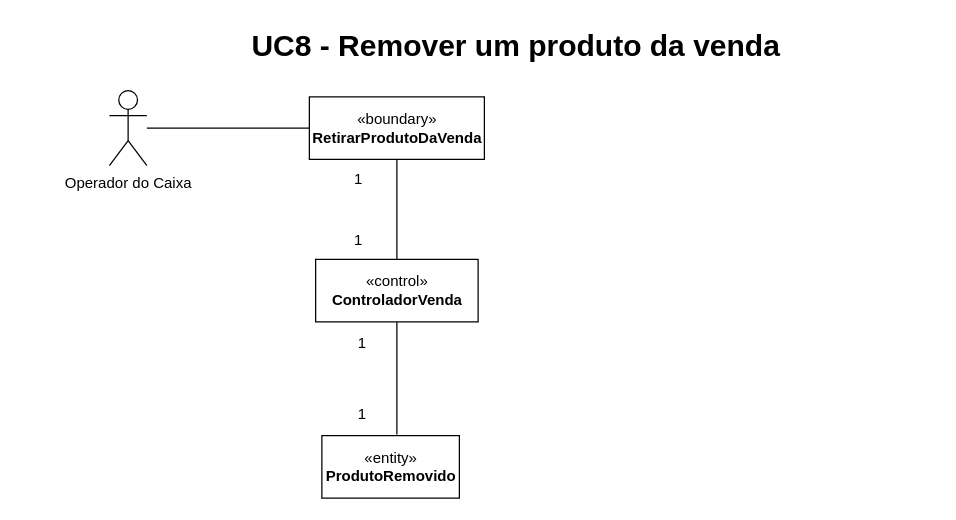
GabrielFVieira/PDV_Grupo5_Projeto_Software keeps this draw.io diagram as documentos/VCPs/UC8 - VCP.drawio. Above is the earlier version. Source tidied: cells renumbered, new cells numbered last; positions are measured from the earlier drawing's top-left corner, leaving out a move shared by most shapes. Both pictures are drawn from the tidied source at 125%, with x=0, y=0 at pixel (96, 21).
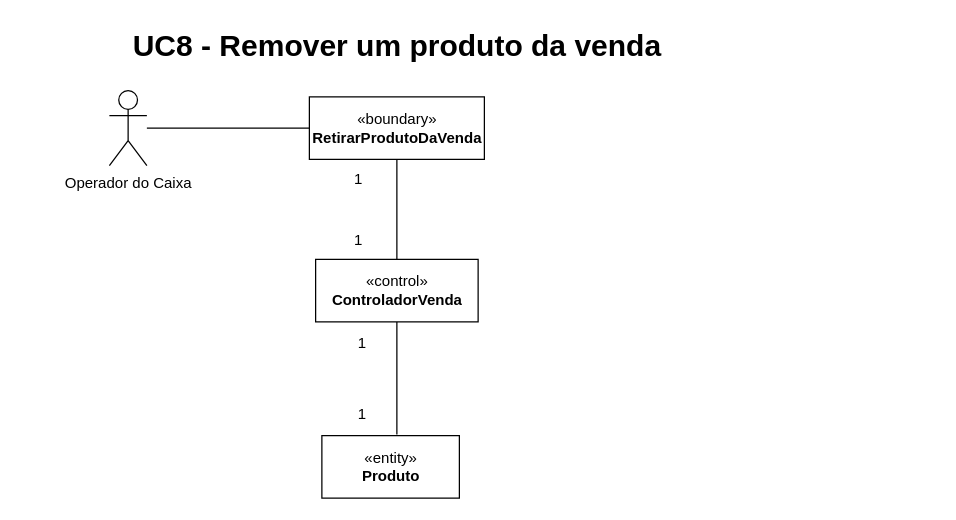
The same diagram, later.

What changed in the source:
```diff
@@
 <mxGraphModel>
   <root>
     <mxCell id="0" />
     <mxCell id="1" parent="0" />
     <mxCell id="2" value="«boundary»&lt;br&gt;&lt;b&gt;RetirarProdutoDaVenda&lt;/b&gt;" style="html=1;" parent="1" vertex="1">
       <mxGeometry x="170" y="60" width="140" height="50" as="geometry" />
     </mxCell>
     <mxCell id="3" value="«control»&lt;br&gt;&lt;b&gt;ControladorVenda&lt;/b&gt;" style="html=1;" parent="1" vertex="1">
       <mxGeometry x="175" y="190" width="130" height="50" as="geometry" />
     </mxCell>
     <mxCell id="4" style="endArrow=none;html=1;rounded=0;entryX=0.5;entryY=1;entryDx=0;entryDy=0;exitX=0.5;exitY=0;exitDx=0;exitDy=0;" parent="1" edge="1" source="3" target="2">
       <mxGeometry relative="1" as="geometry" />
     </mxCell>
     <mxCell id="5" style="endArrow=none;html=1;rounded=0;entryX=0.5;entryY=0;entryDx=0;entryDy=0;exitX=0.5;exitY=1;exitDx=0;exitDy=0;" parent="1" edge="1" source="3">
       <mxGeometry relative="1" as="geometry">
         <mxPoint x="240" y="330" as="targetPoint" />
       </mxGeometry>
     </mxCell>
     <mxCell id="6" value="Operador do Caixa" style="shape=umlActor;verticalLabelPosition=bottom;verticalAlign=top;html=1;outlineConnect=0;gradientColor=none;" parent="1" vertex="1">
       <mxGeometry x="10" y="55" width="30" height="60" as="geometry" />
     </mxCell>
     <mxCell id="7" style="endArrow=none;html=1;rounded=0;entryX=0;entryY=0.5;entryDx=0;entryDy=0;" parent="1" edge="1" source="6" target="2">
       <mxGeometry relative="1" as="geometry" />
     </mxCell>
     <mxCell id="8" value="1" style="text;strokeColor=none;fillColor=none;html=1;fontSize=12;fontStyle=0;verticalAlign=middle;align=center;" parent="1" vertex="1">
       <mxGeometry x="198" y="120" width="21" height="12" as="geometry" />
     </mxCell>
     <mxCell id="9" value="1" style="text;strokeColor=none;fillColor=none;html=1;fontSize=12;fontStyle=0;verticalAlign=middle;align=center;" parent="1" vertex="1">
       <mxGeometry x="198" y="169" width="21" height="12" as="geometry" />
     </mxCell>
     <mxCell id="10" value="1" style="text;strokeColor=none;fillColor=none;html=1;fontSize=12;fontStyle=0;verticalAlign=middle;align=center;" parent="1" vertex="1">
       <mxGeometry x="201" y="251" width="21" height="12" as="geometry" />
     </mxCell>
     <mxCell id="11" value="1" style="text;strokeColor=none;fillColor=none;html=1;fontSize=12;fontStyle=0;verticalAlign=middle;align=center;" parent="1" vertex="1">
       <mxGeometry x="201" y="308" width="21" height="12" as="geometry" />
     </mxCell>
-    <mxCell id="12" value="«entity»&lt;br&gt;&lt;b&gt;ProdutoRemovido&lt;/b&gt;" style="html=1;fontSize=12;gradientColor=none;" parent="1" vertex="1">
+    <mxCell id="12" value="«entity»&lt;br&gt;&lt;b&gt;Produto&lt;/b&gt;" style="html=1;fontSize=12;gradientColor=none;" parent="1" vertex="1">
       <mxGeometry x="180" y="331" width="110" height="50" as="geometry" />
     </mxCell>
     <mxCell id="13" value="UC8 - Remover um produto da venda" style="text;strokeColor=none;fillColor=none;html=1;fontSize=24;fontStyle=1;verticalAlign=middle;align=center;" parent="1" vertex="1">
-      <mxGeometry width="670" height="40" as="geometry" />
+      <mxGeometry x="-60" width="600" height="40" as="geometry" />
     </mxCell>
   </root>
 </mxGraphModel>
```
